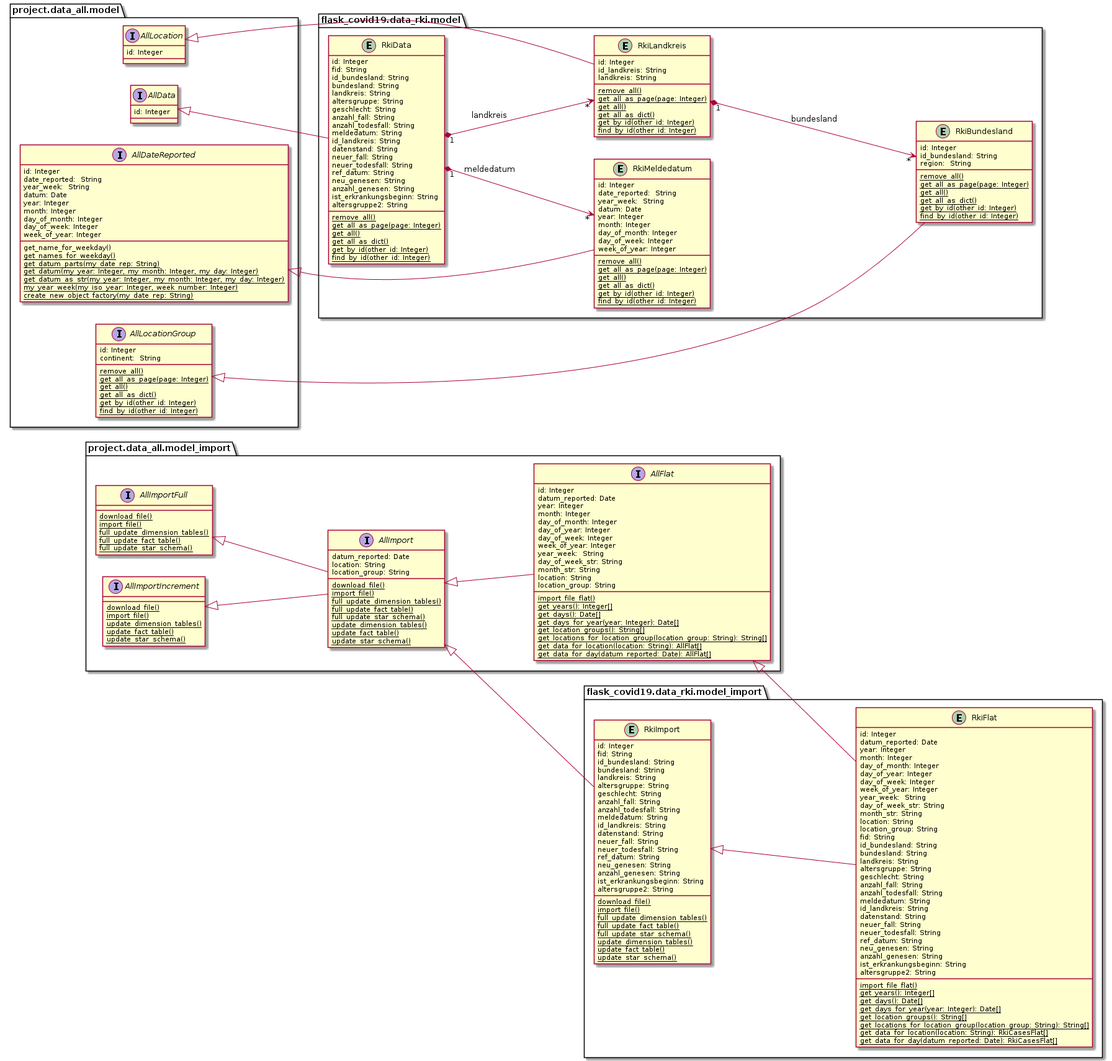
The PlantUML diagram docs/uml/data_rki/rki_cases_domain_model.png in thomaswoehlke/flask_covid19, before a commit.
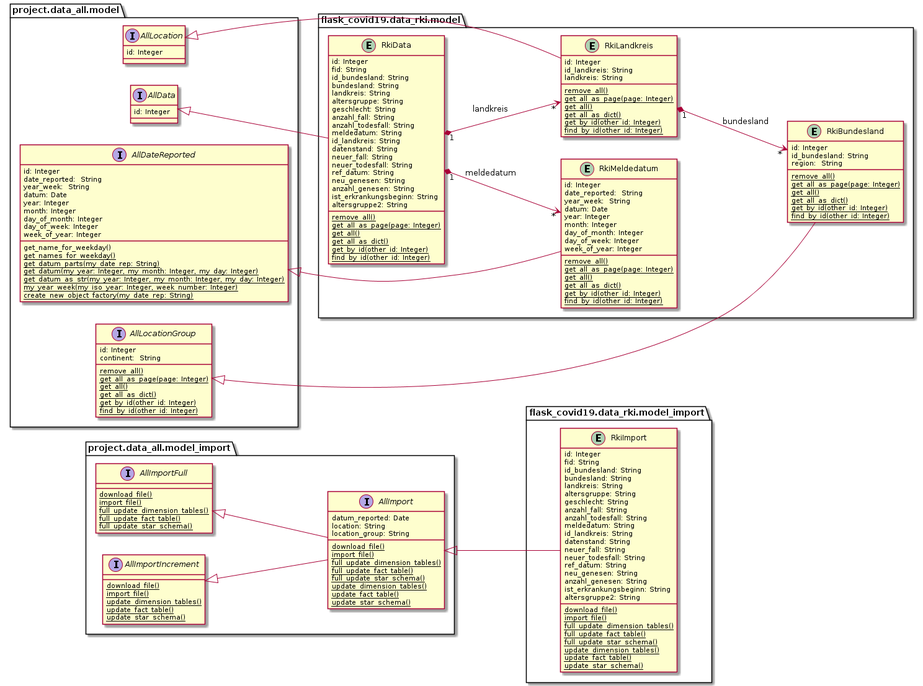
Later version of the same file.

The edit, as a diff of the source:
```diff
@@ -33,31 +33,6 @@
 		{classifier} update_fact_table()
 		{classifier} update_star_schema()
 	}
-
-	interface AllFlat {
-	    id: Integer
-	    datum_reported: Date
-	    year: Integer
-	    month: Integer
-	    day_of_month: Integer
-		day_of_year: Integer
-	    day_of_week: Integer
-	    week_of_year: Integer
-	    year_week:  String
-	    day_of_week_str: String
-		month_str: String
-		location: String
-		location_group: String
-		{classifier} import_file_flat()
-		{classifier} get_years(): Integer[]
-		{classifier} get_days(): Date[]
-		{classifier} get_days_for_year(year: Integer): Date[]
-		{classifier} get_location_groups(): String[]
-		{classifier} get_locations_for_location_group(location_group: String): String[]
-		{classifier} get_data_for_location(location: String): AllFlat[]
-		{classifier} get_data_for_day(datum_reported: Date): AllFlat[]
-	}
-
 }
 
 package flask_covid19.data_rki.model_import {
@@ -92,56 +67,11 @@
 		{classifier} update_star_schema()
 	}
 
-	entity RkiFlat {
-	    id: Integer
-	    datum_reported: Date
-	    year: Integer
-	    month: Integer
-	    day_of_month: Integer
-		day_of_year: Integer
-	    day_of_week: Integer
-	    week_of_year: Integer
-	    year_week:  String
-	    day_of_week_str: String
-		month_str: String
-		location: String
-		location_group: String
-	    fid: String
-	    id_bundesland: String
-	    bundesland: String
-	    landkreis: String
-	    altersgruppe: String
-	    geschlecht: String
-	    anzahl_fall: String
-	    anzahl_todesfall: String
-	    meldedatum: String
-	    id_landkreis: String
-	    datenstand: String
-	    neuer_fall: String
-	    neuer_todesfall: String
-	    ref_datum: String
-	    neu_genesen: String
-	    anzahl_genesen: String
-	    ist_erkrankungsbeginn: String
-	    altersgruppe2: String
-		{classifier} import_file_flat()
-		{classifier} get_years(): Integer[]
-		{classifier} get_days(): Date[]
-		{classifier} get_days_for_year(year: Integer): Date[]
-		{classifier} get_location_groups(): String[]
-		{classifier} get_locations_for_location_group(location_group: String): String[]
-		{classifier} get_data_for_location(location: String): RkiCasesFlat[]
-		{classifier} get_data_for_day(datum_reported: Date): RkiCasesFlat[]
-	}
-
 }
 
 AllImportFull <|-- AllImport
 AllImportIncrement <|-- AllImport
-AllImport <|-- AllFlat
 AllImport <|-- RkiImport
-AllFlat <|-- RkiFlat
-RkiImport <|-- RkiFlat
 
 
 
```
